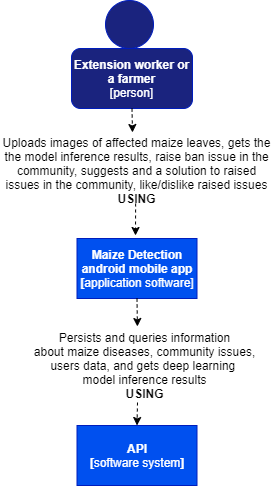
Before: project images/context_diagram.png, a diagram exported from draw.io (ASIMWELA/maize-disease-detection-api). Source tidied: cells renumbered, new cells last; positions are measured from the earlier drawing's top-left corner, leaving out a move shared by most shapes.
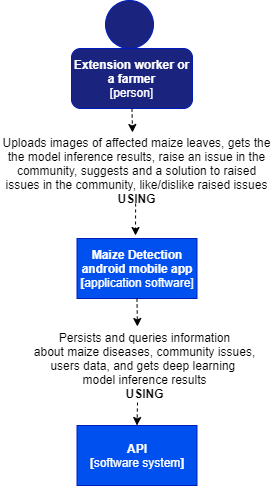
After the change.

Diff of the diagram source:
```diff
@@ -8,7 +8,7 @@
     <mxCell id="3" value="&lt;b&gt;Extension worker or a farmer&lt;/b&gt;&lt;br&gt;[person]" style="rounded=1;whiteSpace=wrap;html=1;fontColor=#ffffff;strokeColor=#001DBC;fillColor=#1A237E;" parent="1" vertex="1">
       <mxGeometry x="71" y="48" width="121" height="60" as="geometry" />
     </mxCell>
-    <mxCell id="4" value="Uploads images of affected maize leaves, gets the the model inference results, raise ban issue in the community, suggests and a solution to raised issues in the community, like/dislike raised issues &lt;b&gt;USING&lt;/b&gt;" style="text;html=1;strokeColor=none;fillColor=none;align=center;verticalAlign=middle;whiteSpace=wrap;rounded=0;" parent="1" vertex="1">
+    <mxCell id="4" value="Uploads images of affected maize leaves, gets the the model inference results, raise an issue in the community, suggests and a solution to raised issues in the community, like/dislike raised issues &lt;b&gt;USING&lt;/b&gt;" style="text;html=1;strokeColor=none;fillColor=none;align=center;verticalAlign=middle;whiteSpace=wrap;rounded=0;" parent="1" vertex="1">
       <mxGeometry y="148" width="273" height="44" as="geometry" />
     </mxCell>
     <mxCell id="5" value="&lt;b&gt;Maize Detection android mobile app&lt;br&gt;[&lt;/b&gt;application software]" style="rounded=0;whiteSpace=wrap;html=1;fillColor=#0050ef;strokeColor=#001DBC;fontColor=#ffffff;" parent="1" vertex="1">
```
